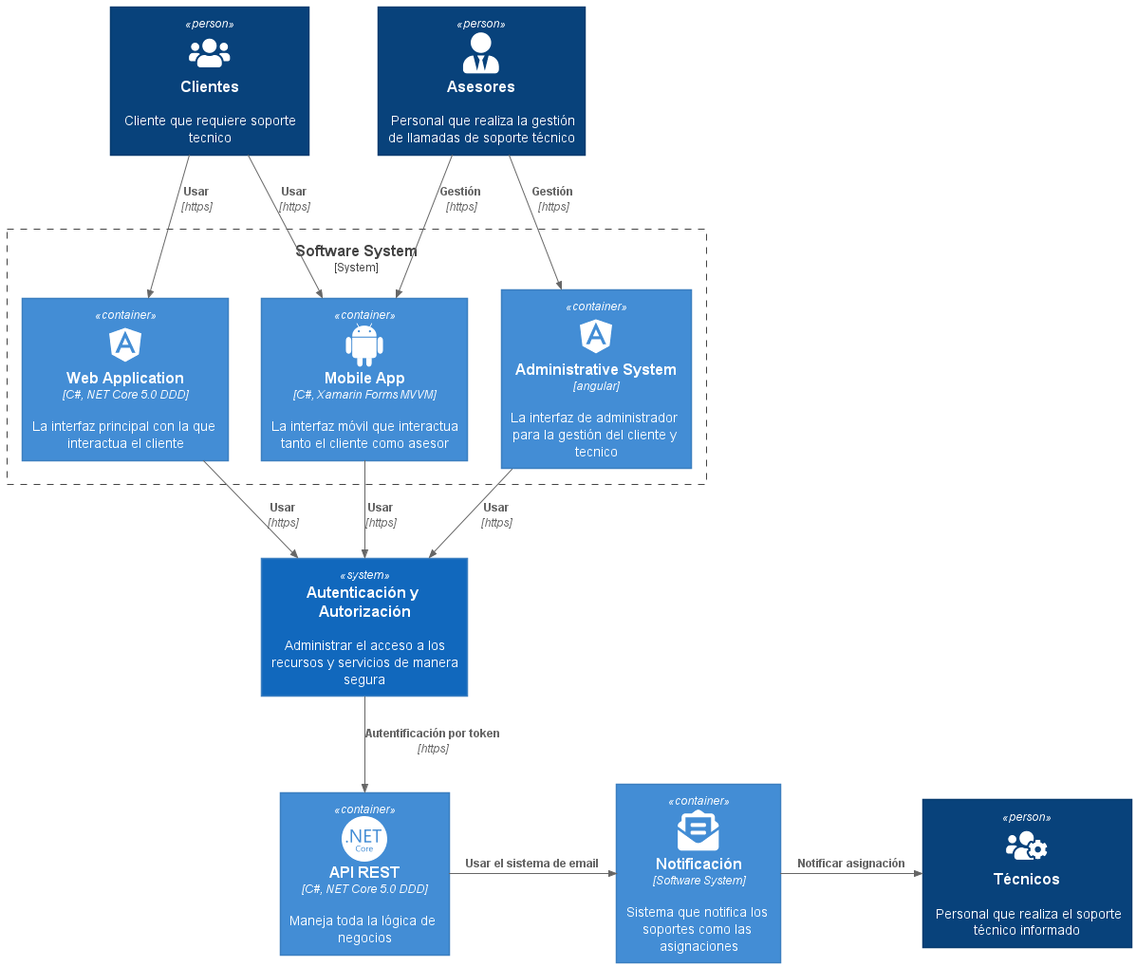
This is out/c4_context_diagram/Diagrama de Contexto.png from deivisaherreraj/architecture-model-c4, a PlantUML export, as it was before one commit. Source of this version:
```plantuml
@startuml Diagrama de Contexto

!include https://raw.githubusercontent.com/plantuml-stdlib/C4-PlantUML/master/C4_Container.puml

!define DEVICONS https://raw.githubusercontent.com/tupadr3/plantuml-icon-font-sprites/master/devicons
!define DEVICONS_2 https://raw.githubusercontent.com/tupadr3/plantuml-icon-font-sprites/master/devicons2
!define FONTAWESOME https://raw.githubusercontent.com/tupadr3/plantuml-icon-font-sprites/master/font-awesome-5

!include DEVICONS/angular.puml
!include DEVICONS/android.puml
!include DEVICONS_2/dotnetcore.puml

!include FONTAWESOME/users.puml
!include FONTAWESOME/user_tie.puml
!include FONTAWESOME/users_cog.puml
!include FONTAWESOME/viber.puml
!include FONTAWESOME/envelope_open_text.puml

Person(user, "Clientes", "Cliente que requiere soporte tecnico", $sprite="users")
Person(adviser, "Asesores", "Personal que realiza la gestión de llamadas de soporte técnico", $sprite="user_tie")
Person(technical, "Técnicos", "Personal que realiza el soporte técnico informado", $sprite="users_cog")

System_Boundary(app, "Software System") {
    Container(web_app, "Web Application", "C#, NET Core 5.0 DDD", "La interfaz principal con la que interactua el cliente", $sprite="angular")
    Container(mobile_app, "Mobile App", "C#, Xamarin Forms MVVM", "La interfaz móvil que interactua tanto el cliente como asesor", $sprite="android")
    Container(admin_app, "Administrative System", "angular", "La interfaz de administrador para la gestión del cliente y tecnico", $sprite="angular")
}

System(identity, "Autenticación y Autorización", "Administrar el acceso a los recursos y servicios de manera segura")

Container(api, "API REST", "C#, NET Core 5.0 DDD", "Maneja toda la lógica de negocios", $sprite="dotnetcore")
Container(notification, "Notificación", "Software System", "Sistema que notifica los soportes como las asignaciones", $sprite="envelope_open_text")

Rel(user, web_app, "Usar", "https")
Rel(user, mobile_app, "Usar", "https")

Rel(adviser, mobile_app, "Gestión", "https")
Rel(adviser, admin_app, "Gestión", "https")

Rel(web_app, identity, "Usar", "https")
Rel(mobile_app, identity, "Usar", "https")
Rel(admin_app, identity, "Usar", "https")

Rel(identity, api, "Autentificación por token", "https")

Rel_R(api, notification, "Usar el sistema de email")

Rel_R(notification, technical, "Notificar asignación")

@enduml
```
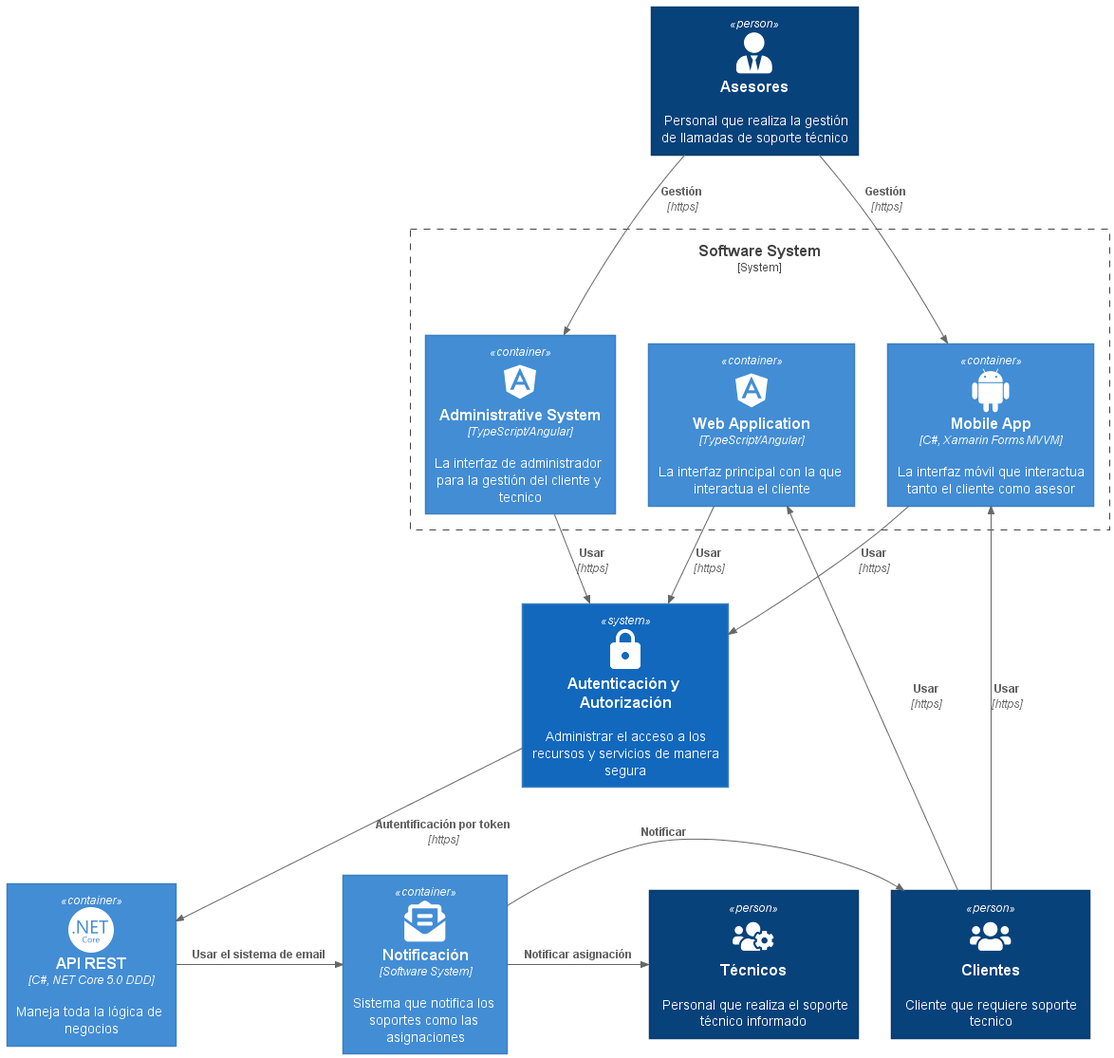
The same diagram one commit later.

Commit message:
Modificaciones en los diagramas y se agrego el de componentes para el modelo C4

The edit, as a diff of the source:
```diff
@@ -5,6 +5,7 @@
 !define DEVICONS https://raw.githubusercontent.com/tupadr3/plantuml-icon-font-sprites/master/devicons
 !define DEVICONS_2 https://raw.githubusercontent.com/tupadr3/plantuml-icon-font-sprites/master/devicons2
 !define FONTAWESOME https://raw.githubusercontent.com/tupadr3/plantuml-icon-font-sprites/master/font-awesome-5
+!define MATERIAL https://raw.githubusercontent.com/tupadr3/plantuml-icon-font-sprites/master/material
 
 !include DEVICONS/angular.puml
 !include DEVICONS/android.puml
@@ -16,17 +17,19 @@
 !include FONTAWESOME/viber.puml
 !include FONTAWESOME/envelope_open_text.puml
 
+!include MATERIAL/https.puml
+
 Person(user, "Clientes", "Cliente que requiere soporte tecnico", $sprite="users")
 Person(adviser, "Asesores", "Personal que realiza la gestión de llamadas de soporte técnico", $sprite="user_tie")
 Person(technical, "Técnicos", "Personal que realiza el soporte técnico informado", $sprite="users_cog")
 
 System_Boundary(app, "Software System") {
-    Container(web_app, "Web Application", "C#, NET Core 5.0 DDD", "La interfaz principal con la que interactua el cliente", $sprite="angular")
+    Container(web_app, "Web Application", "TypeScript/Angular", "La interfaz principal con la que interactua el cliente", $sprite="angular")
     Container(mobile_app, "Mobile App", "C#, Xamarin Forms MVVM", "La interfaz móvil que interactua tanto el cliente como asesor", $sprite="android")
-    Container(admin_app, "Administrative System", "angular", "La interfaz de administrador para la gestión del cliente y tecnico", $sprite="angular")
+    Container(admin_app, "Administrative System", "TypeScript/Angular", "La interfaz de administrador para la gestión del cliente y tecnico", $sprite="angular")
 }
 
-System(identity, "Autenticación y Autorización", "Administrar el acceso a los recursos y servicios de manera segura")
+System(identity, "Autenticación y Autorización", "Administrar el acceso a los recursos y servicios de manera segura", $sprite="https")
 
 Container(api, "API REST", "C#, NET Core 5.0 DDD", "Maneja toda la lógica de negocios", $sprite="dotnetcore")
 Container(notification, "Notificación", "Software System", "Sistema que notifica los soportes como las asignaciones", $sprite="envelope_open_text")
@@ -45,6 +48,7 @@
 
 Rel_R(api, notification, "Usar el sistema de email")
 
+Rel_R(notification, user, "Notificar")
 Rel_R(notification, technical, "Notificar asignación")
 
 @enduml
```
